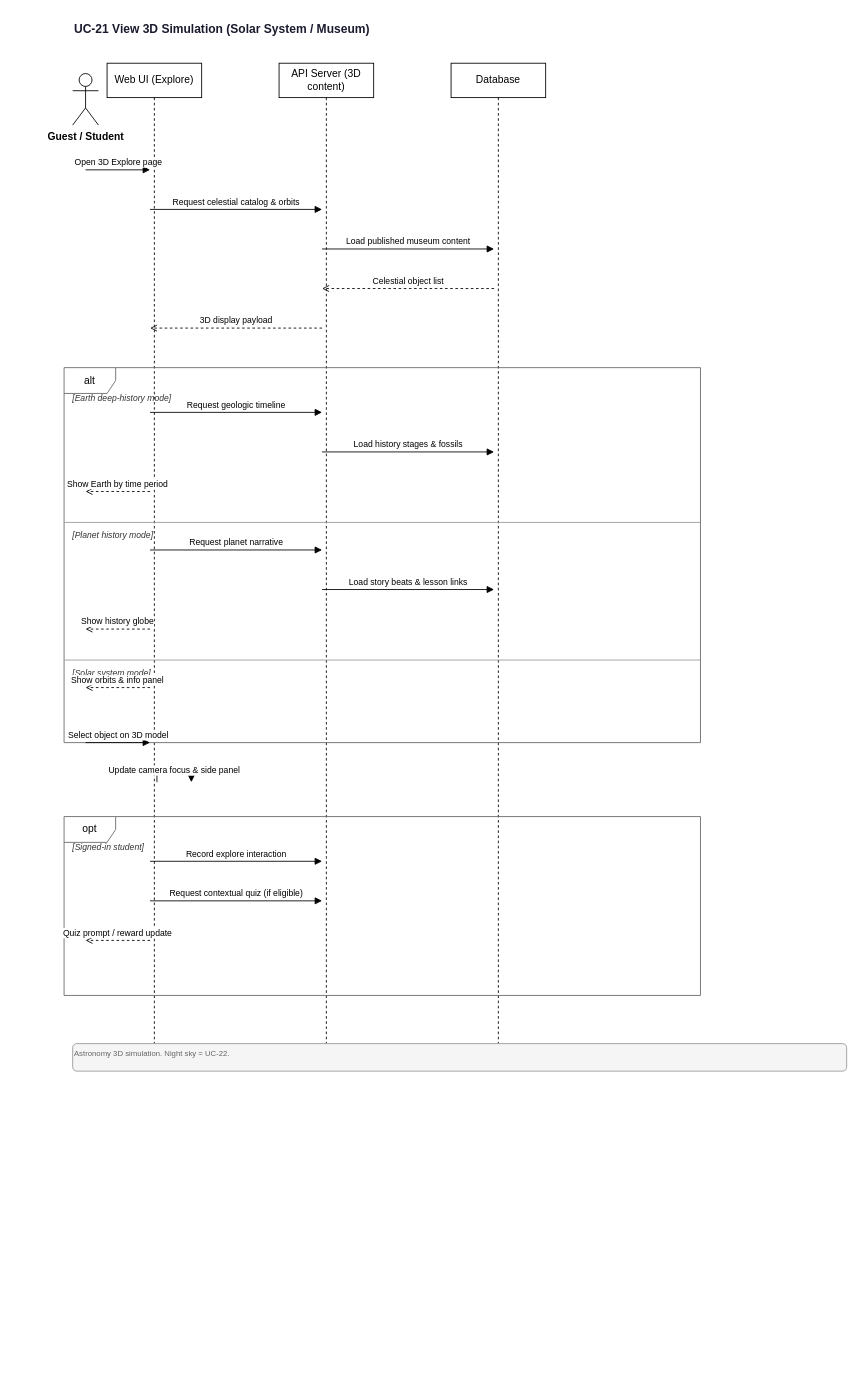
The draw.io diagram docs/diagrams/sequence/UC-21-View-3D-Simulation.drawio in quangg1/ASTRO_EDU, before the edit. Source tidied: cells renumbered, new cells numbered last; positions are measured from the earlier drawing's top-left corner, leaving out a move shared by most shapes. Both pictures are drawn from the tidied source at 86%, with x=0, y=0 at pixel (64, 15).
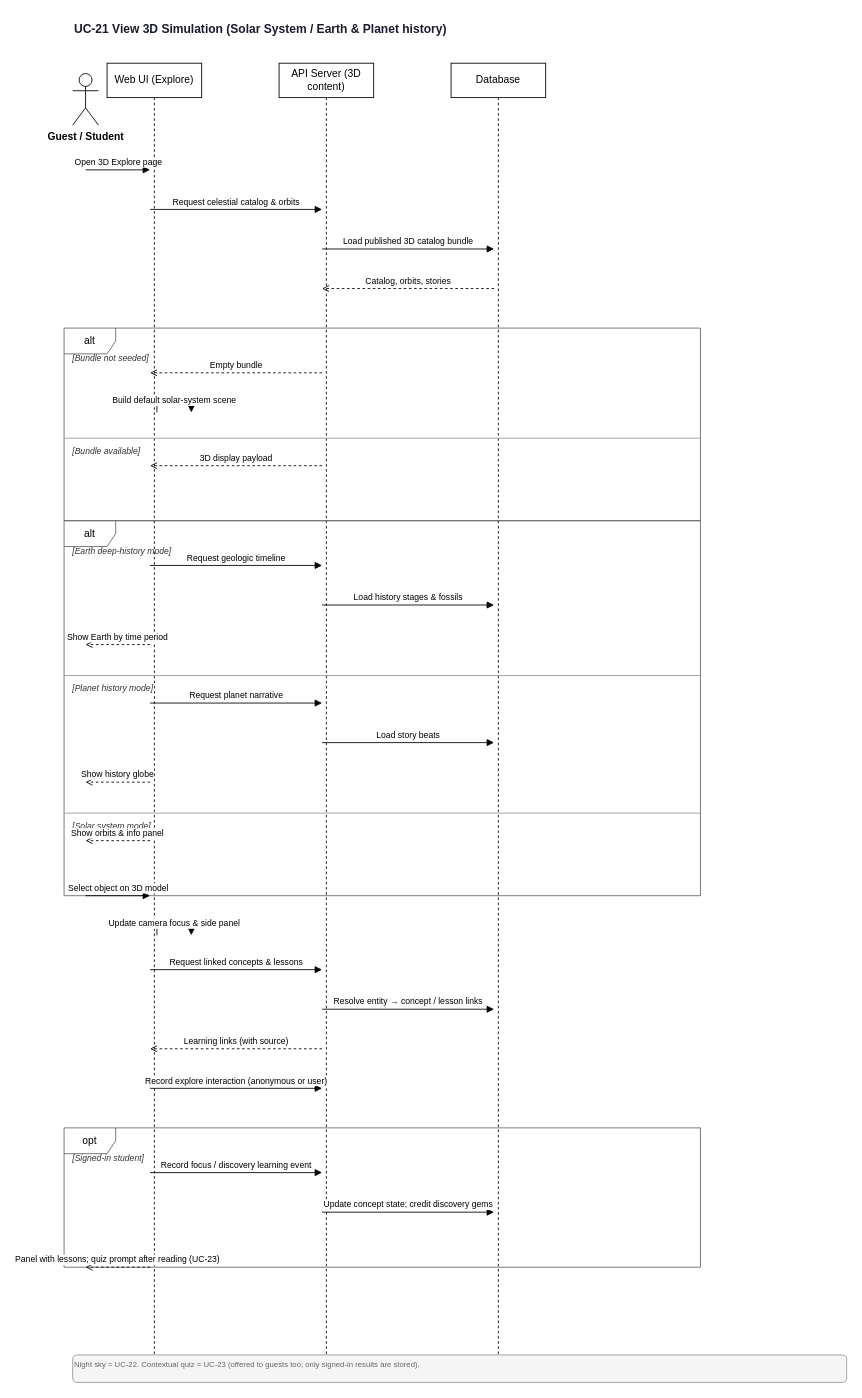
Above is the later version.

Change to the diagram source:
```diff
@@
-    <mxCell id="2" value="UC-21 View 3D Simulation (Solar System / Museum)" style="text;html=1;strokeColor=none;fillColor=none;align=left;verticalAlign=middle;fontSize=14;fontStyle=1;fontColor=#1a1a2e;" parent="1" vertex="1">
+    <mxCell id="2" value="UC-21 View 3D Simulation (Solar System / Earth &amp; Planet history)" style="text;html=1;strokeColor=none;fillColor=none;align=left;verticalAlign=middle;fontSize=14;fontStyle=1;fontColor=#1a1a2e;" parent="1" vertex="1">
       <mxGeometry x="10" width="900" height="32" as="geometry" />
     </mxCell>
@@
     <mxCell id="4" value="Web UI (Explore)" style="shape=umlLifeline;perimeter=lifelinePerimeter;whiteSpace=wrap;html=1;size=40;" parent="1" vertex="1">
-      <mxGeometry x="50" y="56" width="110" height="1142" as="geometry" />
+      <mxGeometry x="50" y="56" width="110" height="1504" as="geometry" />
     </mxCell>
     <mxCell id="5" value="API Server (3D content)" style="shape=umlLifeline;perimeter=lifelinePerimeter;whiteSpace=wrap;html=1;size=40;" parent="1" vertex="1">
-      <mxGeometry x="250" y="56" width="110" height="1142" as="geometry" />
+      <mxGeometry x="250" y="56" width="110" height="1504" as="geometry" />
     </mxCell>
     <mxCell id="6" value="Database" style="shape=umlLifeline;perimeter=lifelinePerimeter;whiteSpace=wrap;html=1;size=40;" parent="1" vertex="1">
-      <mxGeometry x="450" y="56" width="110" height="1142" as="geometry" />
+      <mxGeometry x="450" y="56" width="110" height="1504" as="geometry" />
     </mxCell>
@@
-    <mxCell id="9" value="Load published museum content" style="endArrow=block;endFill=1;html=1;fontSize=10;verticalAlign=bottom;" parent="1" edge="1">
+    <mxCell id="9" value="Load published 3D catalog bundle" style="endArrow=block;endFill=1;html=1;fontSize=10;verticalAlign=bottom;" parent="1" edge="1">
       <mxGeometry relative="1" as="geometry">
         <mxPoint x="300" y="272" as="sourcePoint" />
         <mxPoint x="500" y="272" as="targetPoint" />
       </mxGeometry>
     </mxCell>
-    <mxCell id="10" value="Celestial object list" style="endArrow=open;endFill=0;html=1;dashed=1;fontSize=10;verticalAlign=bottom;" parent="1" edge="1">
+    <mxCell id="10" value="Catalog, orbits, stories" style="endArrow=open;endFill=0;html=1;dashed=1;fontSize=10;verticalAlign=bottom;" parent="1" edge="1">
       <mxGeometry relative="1" as="geometry">
         <mxPoint x="500" y="318" as="sourcePoint" />
         <mxPoint x="300" y="318" as="targetPoint" />
       </mxGeometry>
     </mxCell>
-    <mxCell id="11" value="3D display payload" style="endArrow=open;endFill=0;html=1;dashed=1;fontSize=10;verticalAlign=bottom;" parent="1" edge="1">
-      <mxGeometry relative="1" as="geometry">
-        <mxPoint x="300" y="364" as="sourcePoint" />
-        <mxPoint x="100" y="364" as="targetPoint" />
-      </mxGeometry>
+    <mxCell id="11" value="alt" style="shape=umlFrame;whiteSpace=wrap;html=1;fillColor=none;strokeColor=#666666;" parent="1" vertex="1">
+      <mxGeometry y="364" width="740" height="224" as="geometry" />
     </mxCell>
-    <mxCell id="12" value="alt" style="shape=umlFrame;whiteSpace=wrap;html=1;fillColor=none;strokeColor=#666666;" parent="1" vertex="1">
-      <mxGeometry y="410" width="740" height="436" as="geometry" />
+    <mxCell id="12" value="[Bundle not seeded]" style="text;html=1;strokeColor=none;fillColor=none;align=left;verticalAlign=middle;fontSize=10;fontStyle=2;fontColor=#333333;" parent="1" vertex="1">
+      <mxGeometry x="8" y="390" width="724" height="18" as="geometry" />
     </mxCell>
-    <mxCell id="13" value="[Earth deep-history mode]" style="text;html=1;strokeColor=none;fillColor=none;align=left;verticalAlign=middle;fontSize=10;fontStyle=2;fontColor=#333333;" parent="1" vertex="1">
-      <mxGeometry x="8" y="436" width="724" height="18" as="geometry" />
+    <mxCell id="13" value="Empty bundle" style="endArrow=open;endFill=0;html=1;dashed=1;fontSize=10;verticalAlign=bottom;" parent="1" edge="1">
+      <mxGeometry relative="1" as="geometry">
+        <mxPoint x="300" y="416" as="sourcePoint" />
+        <mxPoint x="100" y="416" as="targetPoint" />
+      </mxGeometry>
     </mxCell>
-    <mxCell id="14" value="Request geologic timeline" style="endArrow=block;endFill=1;html=1;fontSize=10;verticalAlign=bottom;" parent="1" edge="1">
+    <mxCell id="14" value="Build default solar-system scene" style="endArrow=block;endFill=1;html=1;fontSize=10;edgeStyle=orthogonalEdgeStyle;rounded=0;" parent="1" edge="1">
       <mxGeometry relative="1" as="geometry">
-        <mxPoint x="100" y="462" as="sourcePoint" />
-        <mxPoint x="300" y="462" as="targetPoint" />
+        <mxPoint x="108" y="462" as="sourcePoint" />
+        <mxPoint x="148" y="462" as="targetPoint" />
+        <Array as="points">
+          <mxPoint x="148" y="448" />
+          <mxPoint x="108" y="448" />
+        </Array>
       </mxGeometry>
     </mxCell>
-    <mxCell id="15" value="Load history stages &amp; fossils" style="endArrow=block;endFill=1;html=1;fontSize=10;verticalAlign=bottom;" parent="1" edge="1">
-      <mxGeometry relative="1" as="geometry">
-        <mxPoint x="300" y="508" as="sourcePoint" />
-        <mxPoint x="500" y="508" as="targetPoint" />
-      </mxGeometry>
+    <mxCell id="15" value="[Bundle available]" style="text;html=1;strokeColor=none;fillColor=none;align=left;verticalAlign=middle;fontSize=10;fontStyle=2;fontColor=#333333;" parent="1" vertex="1">
+      <mxGeometry x="8" y="498" width="724" height="18" as="geometry" />
     </mxCell>
-    <mxCell id="16" value="Show Earth by time period" style="endArrow=open;endFill=0;html=1;dashed=1;fontSize=10;verticalAlign=bottom;" parent="1" edge="1">
+    <mxCell id="16" style="endArrow=none;html=1;strokeWidth=1;strokeColor=#999999;" parent="1" edge="1">
       <mxGeometry relative="1" as="geometry">
-        <mxPoint x="100" y="554" as="sourcePoint" />
-        <mxPoint x="25" y="554" as="targetPoint" />
+        <mxPoint y="492" as="sourcePoint" />
+        <mxPoint x="740" y="492" as="targetPoint" />
       </mxGeometry>
     </mxCell>
-    <mxCell id="17" value="[Planet history mode]" style="text;html=1;strokeColor=none;fillColor=none;align=left;verticalAlign=middle;fontSize=10;fontStyle=2;fontColor=#333333;" parent="1" vertex="1">
-      <mxGeometry x="8" y="596" width="724" height="18" as="geometry" />
+    <mxCell id="17" value="3D display payload" style="endArrow=open;endFill=0;html=1;dashed=1;fontSize=10;verticalAlign=bottom;" parent="1" edge="1">
+      <mxGeometry relative="1" as="geometry">
+        <mxPoint x="300" y="524" as="sourcePoint" />
+        <mxPoint x="100" y="524" as="targetPoint" />
+      </mxGeometry>
     </mxCell>
-    <mxCell id="18" style="endArrow=none;html=1;strokeWidth=1;strokeColor=#999999;" parent="1" edge="1">
-      <mxGeometry relative="1" as="geometry">
-        <mxPoint y="590" as="sourcePoint" />
-        <mxPoint x="740" y="590" as="targetPoint" />
-      </mxGeometry>
+    <mxCell id="18" value="alt" style="shape=umlFrame;whiteSpace=wrap;html=1;fillColor=none;strokeColor=#666666;" parent="1" vertex="1">
+      <mxGeometry y="588" width="740" height="436" as="geometry" />
     </mxCell>
-    <mxCell id="19" value="Request planet narrative" style="endArrow=block;endFill=1;html=1;fontSize=10;verticalAlign=bottom;" parent="1" edge="1">
-      <mxGeometry relative="1" as="geometry">
-        <mxPoint x="100" y="622" as="sourcePoint" />
-        <mxPoint x="300" y="622" as="targetPoint" />
-      </mxGeometry>
+    <mxCell id="19" value="[Earth deep-history mode]" style="text;html=1;strokeColor=none;fillColor=none;align=left;verticalAlign=middle;fontSize=10;fontStyle=2;fontColor=#333333;" parent="1" vertex="1">
+      <mxGeometry x="8" y="614" width="724" height="18" as="geometry" />
     </mxCell>
-    <mxCell id="20" value="Load story beats &amp; lesson links" style="endArrow=block;endFill=1;html=1;fontSize=10;verticalAlign=bottom;" parent="1" edge="1">
+    <mxCell id="20" value="Request geologic timeline" style="endArrow=block;endFill=1;html=1;fontSize=10;verticalAlign=bottom;" parent="1" edge="1">
       <mxGeometry relative="1" as="geometry">
-        <mxPoint x="300" y="668" as="sourcePoint" />
-        <mxPoint x="500" y="668" as="targetPoint" />
+        <mxPoint x="100" y="640" as="sourcePoint" />
+        <mxPoint x="300" y="640" as="targetPoint" />
       </mxGeometry>
     </mxCell>
-    <mxCell id="21" value="Show history globe" style="endArrow=open;endFill=0;html=1;dashed=1;fontSize=10;verticalAlign=bottom;" parent="1" edge="1">
+    <mxCell id="21" value="Load history stages &amp; fossils" style="endArrow=block;endFill=1;html=1;fontSize=10;verticalAlign=bottom;" parent="1" edge="1">
       <mxGeometry relative="1" as="geometry">
-        <mxPoint x="100" y="714" as="sourcePoint" />
-        <mxPoint x="25" y="714" as="targetPoint" />
+        <mxPoint x="300" y="686" as="sourcePoint" />
+        <mxPoint x="500" y="686" as="targetPoint" />
       </mxGeometry>
     </mxCell>
-    <mxCell id="22" value="[Solar system mode]" style="text;html=1;strokeColor=none;fillColor=none;align=left;verticalAlign=middle;fontSize=10;fontStyle=2;fontColor=#333333;" parent="1" vertex="1">
-      <mxGeometry x="8" y="756" width="724" height="18" as="geometry" />
+    <mxCell id="22" value="Show Earth by time period" style="endArrow=open;endFill=0;html=1;dashed=1;fontSize=10;verticalAlign=bottom;" parent="1" edge="1">
+      <mxGeometry relative="1" as="geometry">
+        <mxPoint x="100" y="732" as="sourcePoint" />
+        <mxPoint x="25" y="732" as="targetPoint" />
+      </mxGeometry>
     </mxCell>
-    <mxCell id="23" style="endArrow=none;html=1;strokeWidth=1;strokeColor=#999999;" parent="1" edge="1">
-      <mxGeometry relative="1" as="geometry">
-        <mxPoint y="750" as="sourcePoint" />
-        <mxPoint x="740" y="750" as="targetPoint" />
-      </mxGeometry>
+    <mxCell id="23" value="[Planet history mode]" style="text;html=1;strokeColor=none;fillColor=none;align=left;verticalAlign=middle;fontSize=10;fontStyle=2;fontColor=#333333;" parent="1" vertex="1">
+      <mxGeometry x="8" y="774" width="724" height="18" as="geometry" />
     </mxCell>
-    <mxCell id="24" value="Show orbits &amp; info panel" style="endArrow=open;endFill=0;html=1;dashed=1;fontSize=10;verticalAlign=bottom;" parent="1" edge="1">
+    <mxCell id="24" style="endArrow=none;html=1;strokeWidth=1;strokeColor=#999999;" parent="1" edge="1">
       <mxGeometry relative="1" as="geometry">
-        <mxPoint x="100" y="782" as="sourcePoint" />
-        <mxPoint x="25" y="782" as="targetPoint" />
+        <mxPoint y="768" as="sourcePoint" />
+        <mxPoint x="740" y="768" as="targetPoint" />
       </mxGeometry>
     </mxCell>
-    <mxCell id="25" value="Select object on 3D model" style="endArrow=block;endFill=1;html=1;fontSize=10;verticalAlign=bottom;" parent="1" edge="1">
+    <mxCell id="25" value="Request planet narrative" style="endArrow=block;endFill=1;html=1;fontSize=10;verticalAlign=bottom;" parent="1" edge="1">
       <mxGeometry relative="1" as="geometry">
-        <mxPoint x="25" y="846" as="sourcePoint" />
-        <mxPoint x="100" y="846" as="targetPoint" />
+        <mxPoint x="100" y="800" as="sourcePoint" />
+        <mxPoint x="300" y="800" as="targetPoint" />
       </mxGeometry>
     </mxCell>
-    <mxCell id="26" value="Update camera focus &amp; side panel" style="endArrow=block;endFill=1;html=1;fontSize=10;edgeStyle=orthogonalEdgeStyle;rounded=0;" parent="1" edge="1">
+    <mxCell id="26" value="Load story beats" style="endArrow=block;endFill=1;html=1;fontSize=10;verticalAlign=bottom;" parent="1" edge="1">
       <mxGeometry relative="1" as="geometry">
-        <mxPoint x="108" y="892" as="sourcePoint" />
-        <mxPoint x="148" y="892" as="targetPoint" />
-        <Array as="points">
-          <mxPoint x="148" y="878" />
-          <mxPoint x="108" y="878" />
-        </Array>
+        <mxPoint x="300" y="846" as="sourcePoint" />
+        <mxPoint x="500" y="846" as="targetPoint" />
       </mxGeometry>
     </mxCell>
-    <mxCell id="27" value="opt" style="shape=umlFrame;whiteSpace=wrap;html=1;fillColor=none;strokeColor=#666666;" parent="1" vertex="1">
-      <mxGeometry y="932" width="740" height="208" as="geometry" />
+    <mxCell id="27" value="Show history globe" style="endArrow=open;endFill=0;html=1;dashed=1;fontSize=10;verticalAlign=bottom;" parent="1" edge="1">
+      <mxGeometry relative="1" as="geometry">
+        <mxPoint x="100" y="892" as="sourcePoint" />
+        <mxPoint x="25" y="892" as="targetPoint" />
+      </mxGeometry>
     </mxCell>
-    <mxCell id="28" value="[Signed-in student]" style="text;html=1;strokeColor=none;fillColor=none;align=left;verticalAlign=middle;fontSize=10;fontStyle=2;fontColor=#333333;" parent="1" vertex="1">
-      <mxGeometry x="8" y="958" width="724" height="18" as="geometry" />
+    <mxCell id="28" value="[Solar system mode]" style="text;html=1;strokeColor=none;fillColor=none;align=left;verticalAlign=middle;fontSize=10;fontStyle=2;fontColor=#333333;" parent="1" vertex="1">
+      <mxGeometry x="8" y="934" width="724" height="18" as="geometry" />
     </mxCell>
-    <mxCell id="29" value="Record explore interaction" style="endArrow=block;endFill=1;html=1;fontSize=10;verticalAlign=bottom;" parent="1" edge="1">
+    <mxCell id="29" style="endArrow=none;html=1;strokeWidth=1;strokeColor=#999999;" parent="1" edge="1">
       <mxGeometry relative="1" as="geometry">
-        <mxPoint x="100" y="984" as="sourcePoint" />
-        <mxPoint x="300" y="984" as="targetPoint" />
+        <mxPoint y="928" as="sourcePoint" />
+        <mxPoint x="740" y="928" as="targetPoint" />
       </mxGeometry>
     </mxCell>
-    <mxCell id="30" value="Request contextual quiz (if eligible)" style="endArrow=block;endFill=1;html=1;fontSize=10;verticalAlign=bottom;" parent="1" edge="1">
+    <mxCell id="30" value="Show orbits &amp; info panel" style="endArrow=open;endFill=0;html=1;dashed=1;fontSize=10;verticalAlign=bottom;" parent="1" edge="1">
       <mxGeometry relative="1" as="geometry">
-        <mxPoint x="100" y="1030" as="sourcePoint" />
-        <mxPoint x="300" y="1030" as="targetPoint" />
+        <mxPoint x="100" y="960" as="sourcePoint" />
+        <mxPoint x="25" y="960" as="targetPoint" />
       </mxGeometry>
     </mxCell>
-    <mxCell id="31" value="Quiz prompt / reward update" style="endArrow=open;endFill=0;html=1;dashed=1;fontSize=10;verticalAlign=bottom;" parent="1" edge="1">
+    <mxCell id="31" value="Select object on 3D model" style="endArrow=block;endFill=1;html=1;fontSize=10;verticalAlign=bottom;" parent="1" edge="1">
       <mxGeometry relative="1" as="geometry">
-        <mxPoint x="100" y="1076" as="sourcePoint" />
-        <mxPoint x="25" y="1076" as="targetPoint" />
+        <mxPoint x="25" y="1024" as="sourcePoint" />
+        <mxPoint x="100" y="1024" as="targetPoint" />
       </mxGeometry>
     </mxCell>
-    <mxCell id="32" value="Astronomy 3D simulation. Night sky = UC-22." style="text;html=1;strokeColor=#999;fillColor=#f5f5f5;align=left;verticalAlign=top;fontSize=9;fontColor=#666;rounded=1;" parent="1" vertex="1">
-      <mxGeometry x="10" y="1196" width="900" height="32" as="geometry" />
+    <mxCell id="32" value="Update camera focus &amp; side panel" style="endArrow=block;endFill=1;html=1;fontSize=10;edgeStyle=orthogonalEdgeStyle;rounded=0;" parent="1" edge="1">
+      <mxGeometry relative="1" as="geometry">
+        <mxPoint x="108" y="1070" as="sourcePoint" />
+        <mxPoint x="148" y="1070" as="targetPoint" />
+        <Array as="points">
+          <mxPoint x="148" y="1056" />
+          <mxPoint x="108" y="1056" />
+        </Array>
+      </mxGeometry>
     </mxCell>
+    <mxCell id="33" value="Request linked concepts &amp; lessons" style="endArrow=block;endFill=1;html=1;fontSize=10;verticalAlign=bottom;" parent="1" edge="1">
+      <mxGeometry relative="1" as="geometry">
+        <mxPoint x="100" y="1110" as="sourcePoint" />
+        <mxPoint x="300" y="1110" as="targetPoint" />
+      </mxGeometry>
+    </mxCell>
+    <mxCell id="34" value="Resolve entity → concept / lesson links" style="endArrow=block;endFill=1;html=1;fontSize=10;verticalAlign=bottom;" parent="1" edge="1">
+      <mxGeometry relative="1" as="geometry">
+        <mxPoint x="300" y="1156" as="sourcePoint" />
+        <mxPoint x="500" y="1156" as="targetPoint" />
+      </mxGeometry>
+    </mxCell>
+    <mxCell id="35" value="Learning links (with source)" style="endArrow=open;endFill=0;html=1;dashed=1;fontSize=10;verticalAlign=bottom;" parent="1" edge="1">
+      <mxGeometry relative="1" as="geometry">
+        <mxPoint x="300" y="1202" as="sourcePoint" />
+        <mxPoint x="100" y="1202" as="targetPoint" />
+      </mxGeometry>
+    </mxCell>
+    <mxCell id="36" value="Record explore interaction (anonymous or user)" style="endArrow=block;endFill=1;html=1;fontSize=10;verticalAlign=bottom;" parent="1" edge="1">
+      <mxGeometry relative="1" as="geometry">
+        <mxPoint x="100" y="1248" as="sourcePoint" />
+        <mxPoint x="300" y="1248" as="targetPoint" />
+      </mxGeometry>
+    </mxCell>
+    <mxCell id="37" value="opt" style="shape=umlFrame;whiteSpace=wrap;html=1;fillColor=none;strokeColor=#666666;" parent="1" vertex="1">
+      <mxGeometry y="1294" width="740" height="162" as="geometry" />
+    </mxCell>
+    <mxCell id="38" value="[Signed-in student]" style="text;html=1;strokeColor=none;fillColor=none;align=left;verticalAlign=middle;fontSize=10;fontStyle=2;fontColor=#333333;" parent="1" vertex="1">
+      <mxGeometry x="8" y="1320" width="724" height="18" as="geometry" />
+    </mxCell>
+    <mxCell id="39" value="Record focus / discovery learning event" style="endArrow=block;endFill=1;html=1;fontSize=10;verticalAlign=bottom;" parent="1" edge="1">
+      <mxGeometry relative="1" as="geometry">
+        <mxPoint x="100" y="1346" as="sourcePoint" />
+        <mxPoint x="300" y="1346" as="targetPoint" />
+      </mxGeometry>
+    </mxCell>
+    <mxCell id="40" value="Update concept state; credit discovery gems" style="endArrow=block;endFill=1;html=1;fontSize=10;verticalAlign=bottom;" parent="1" edge="1">
+      <mxGeometry relative="1" as="geometry">
+        <mxPoint x="300" y="1392" as="sourcePoint" />
+        <mxPoint x="500" y="1392" as="targetPoint" />
+      </mxGeometry>
+    </mxCell>
+    <mxCell id="41" value="Panel with lessons; quiz prompt after reading (UC-23)" style="endArrow=open;endFill=0;html=1;dashed=1;fontSize=10;verticalAlign=bottom;" parent="1" edge="1">
+      <mxGeometry relative="1" as="geometry">
+        <mxPoint x="100" y="1456" as="sourcePoint" />
+        <mxPoint x="25" y="1456" as="targetPoint" />
+      </mxGeometry>
+    </mxCell>
+    <mxCell id="42" value="Night sky = UC-22. Contextual quiz = UC-23 (offered to guests too; only signed-in results are stored)." style="text;html=1;strokeColor=#999;fillColor=#f5f5f5;align=left;verticalAlign=top;fontSize=9;fontColor=#666;rounded=1;" parent="1" vertex="1">
+      <mxGeometry x="10" y="1558" width="900" height="32" as="geometry" />
+    </mxCell>
```
